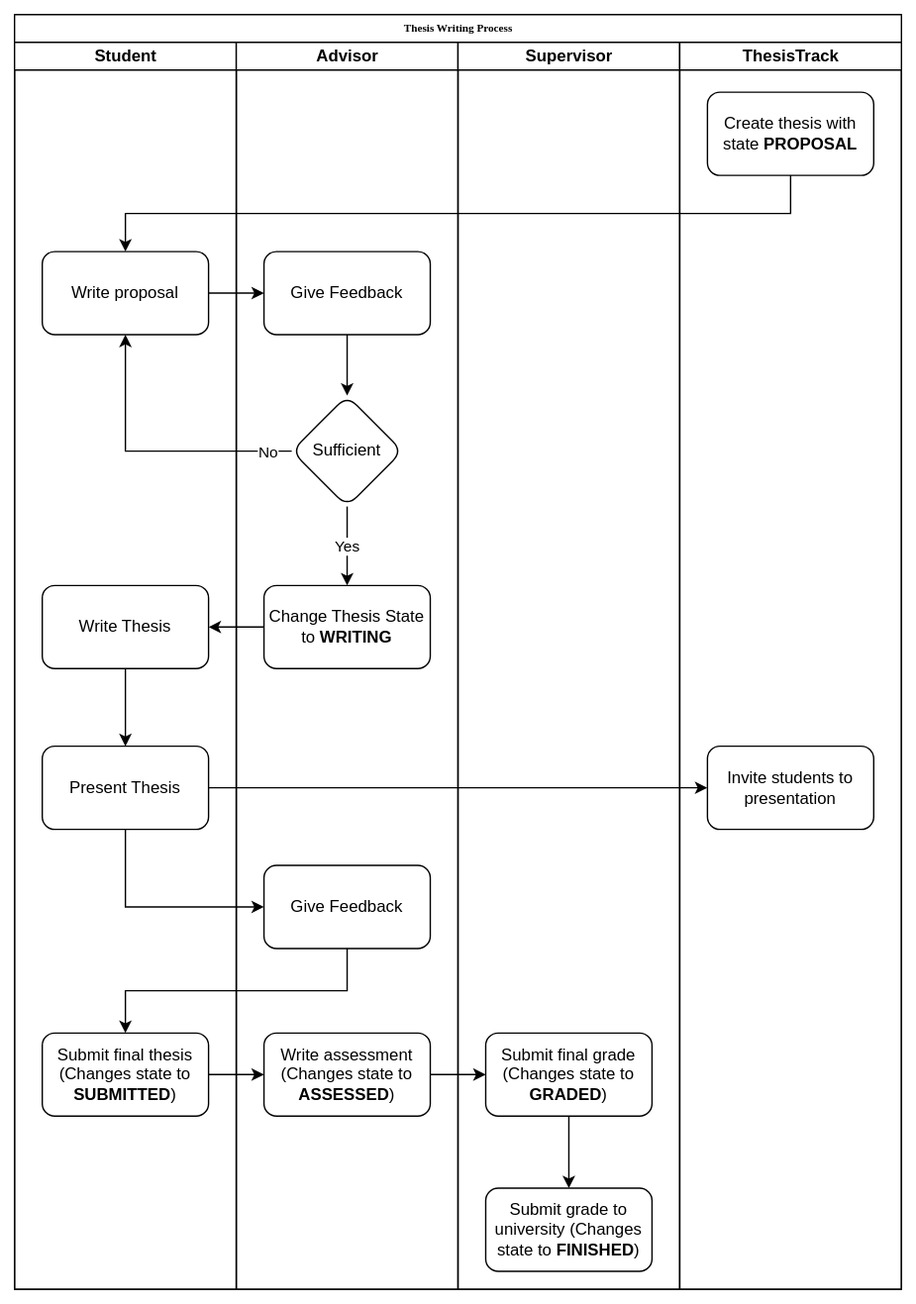
Earlier version of the draw.io export thesis-writing-flowchart.svg (fabian-emilius/bachelor-thesis-charts). Source tidied: cells renumbered, new cells last; positions are measured from the earlier drawing's top-left corner, leaving out a move shared by most shapes.
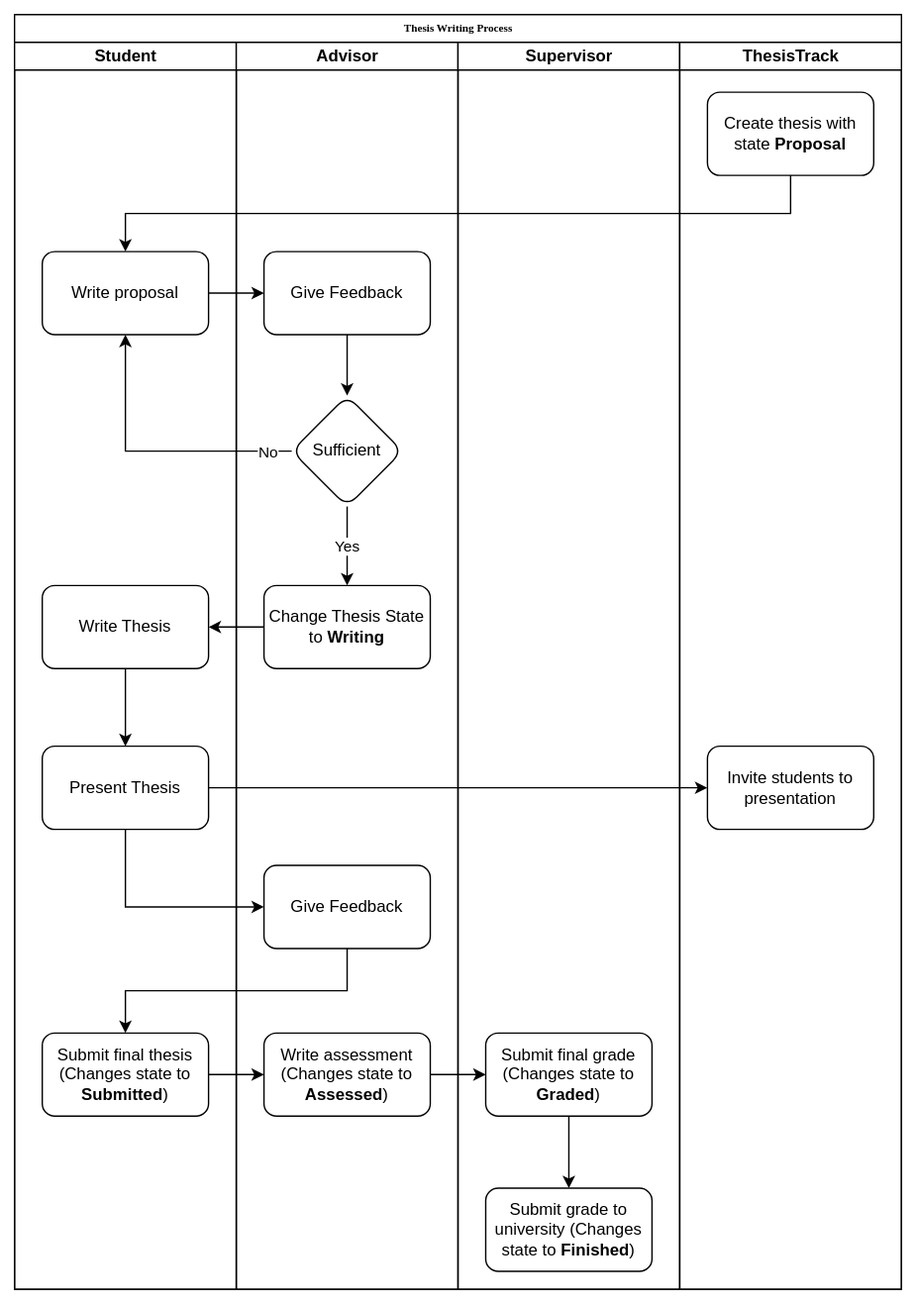
The same diagram one commit later.

What changed in the source:
```diff
@@ -20,7 +20,7 @@
     <mxCell id="7" value="Present Thesis" style="whiteSpace=wrap;html=1;rounded=1;" parent="3" vertex="1">
       <mxGeometry x="20" y="508" width="120" height="60" as="geometry" />
     </mxCell>
-    <mxCell id="8" value="Submit final thesis (Changes state to &lt;b&gt;SUBMITTED&lt;/b&gt;)" style="whiteSpace=wrap;html=1;rounded=1;" parent="3" vertex="1">
+    <mxCell id="8" value="Submit final thesis (Changes state to &lt;b&gt;Submitted&lt;/b&gt;)" style="whiteSpace=wrap;html=1;rounded=1;" parent="3" vertex="1">
       <mxGeometry x="20" y="715" width="120" height="60" as="geometry" />
     </mxCell>
     <mxCell id="9" value="Advisor" style="swimlane;html=1;startSize=20;" parent="2" vertex="1">
@@ -38,13 +38,13 @@
     <mxCell id="13" value="Sufficient" style="rhombus;whiteSpace=wrap;html=1;rounded=1;" parent="9" vertex="1">
       <mxGeometry x="40" y="255" width="80" height="80" as="geometry" />
     </mxCell>
-    <mxCell id="14" value="Change Thesis State to &lt;b&gt;WRITING&lt;/b&gt;" style="whiteSpace=wrap;html=1;rounded=1;" parent="9" vertex="1">
+    <mxCell id="14" value="Change Thesis State to &lt;b&gt;Writing&lt;/b&gt;" style="whiteSpace=wrap;html=1;rounded=1;" parent="9" vertex="1">
       <mxGeometry x="20" y="392" width="120" height="60" as="geometry" />
     </mxCell>
     <mxCell id="15" value="Give Feedback" style="whiteSpace=wrap;html=1;rounded=1;" parent="9" vertex="1">
       <mxGeometry x="20" y="594" width="120" height="60" as="geometry" />
     </mxCell>
-    <mxCell id="16" value="Write assessment (Changes state to &lt;b&gt;ASSESSED&lt;/b&gt;)" style="whiteSpace=wrap;html=1;rounded=1;" parent="9" vertex="1">
+    <mxCell id="16" value="Write assessment (Changes state to &lt;b&gt;Assessed&lt;/b&gt;)" style="whiteSpace=wrap;html=1;rounded=1;" parent="9" vertex="1">
       <mxGeometry x="20" y="715" width="120" height="60" as="geometry" />
     </mxCell>
     <mxCell id="17" value="Supervisor" style="swimlane;html=1;startSize=20;" parent="2" vertex="1">
@@ -53,16 +53,16 @@
     <mxCell id="18" style="edgeStyle=orthogonalEdgeStyle;rounded=0;jettySize=auto;html=1;entryX=0.5;entryY=0;entryDx=0;entryDy=0;" parent="17" edge="1" source="19" target="20">
       <mxGeometry relative="1" as="geometry" />
     </mxCell>
-    <mxCell id="19" value="Submit final grade&lt;div&gt;(Changes state to &lt;b&gt;GRADED&lt;/b&gt;)&lt;/div&gt;" style="whiteSpace=wrap;html=1;rounded=1;" parent="17" vertex="1">
+    <mxCell id="19" value="Submit final grade&lt;div&gt;(Changes state to &lt;b&gt;Graded&lt;/b&gt;)&lt;/div&gt;" style="whiteSpace=wrap;html=1;rounded=1;" parent="17" vertex="1">
       <mxGeometry x="20" y="715" width="120" height="60" as="geometry" />
     </mxCell>
-    <mxCell id="20" value="Submit grade to university (Changes state to &lt;b&gt;FINISHED&lt;/b&gt;)" style="whiteSpace=wrap;html=1;rounded=1;" parent="17" vertex="1">
+    <mxCell id="20" value="Submit grade to university (Changes state to &lt;b&gt;Finished&lt;/b&gt;)" style="whiteSpace=wrap;html=1;rounded=1;" parent="17" vertex="1">
       <mxGeometry x="20" y="827" width="120" height="60" as="geometry" />
     </mxCell>
     <mxCell id="21" value="ThesisTrack" style="swimlane;html=1;startSize=20;" parent="2" vertex="1">
       <mxGeometry x="480" y="20" width="160" height="900" as="geometry" />
     </mxCell>
-    <mxCell id="22" value="Create thesis with state &lt;b&gt;PROPOSAL&lt;/b&gt;" style="whiteSpace=wrap;html=1;rounded=1;" parent="21" vertex="1">
+    <mxCell id="22" value="Create thesis with state &lt;b&gt;Proposal&lt;/b&gt;" style="whiteSpace=wrap;html=1;rounded=1;" parent="21" vertex="1">
       <mxGeometry x="20" y="36" width="120" height="60" as="geometry" />
     </mxCell>
     <mxCell id="23" value="Invite students to&lt;div&gt;presentation&lt;/div&gt;" style="whiteSpace=wrap;html=1;rounded=1;" parent="21" vertex="1">
```
